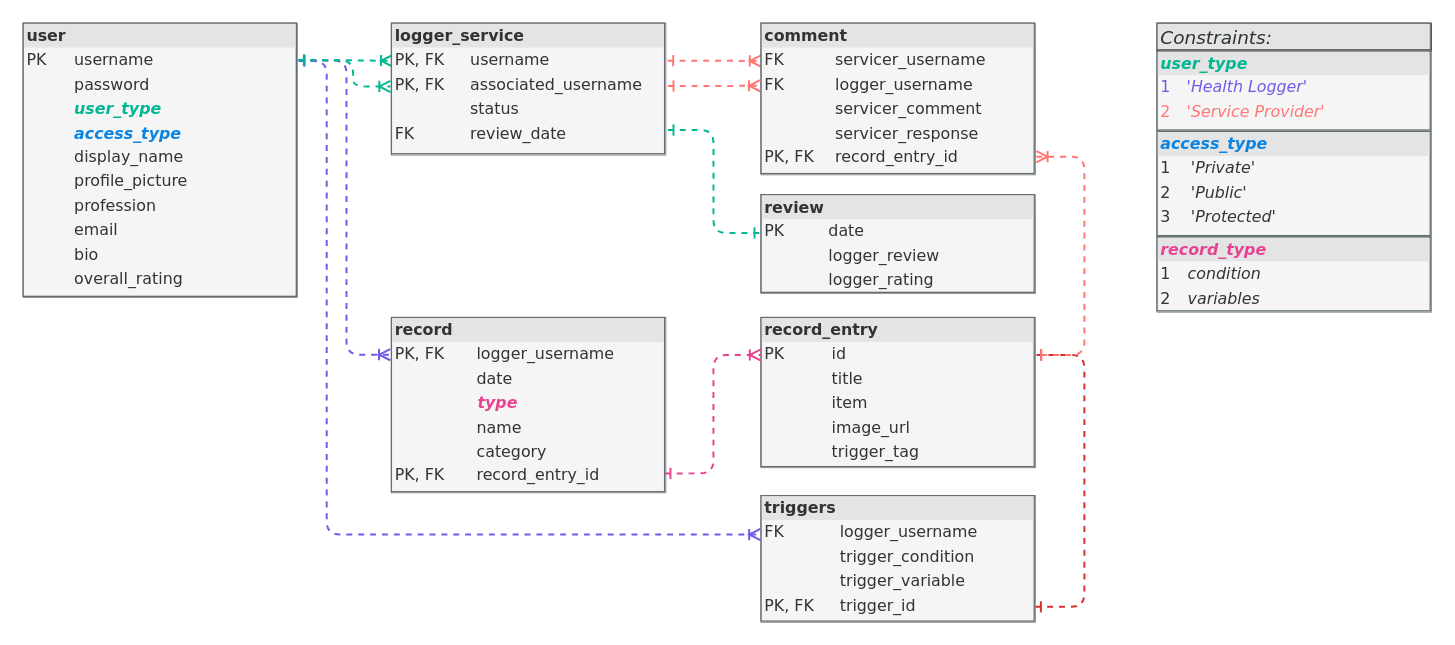
The draw.io diagram diagrams/database/database_tables_relationships.drawio in mervin-njy/trigg-track-v2, before the edit. Source tidied: cells renumbered, new cells numbered last; positions are measured from the earlier drawing's top-left corner, leaving out a move shared by most shapes. Both pictures are drawn from the tidied source at 132%, with x=0, y=0 at pixel (22, 22).
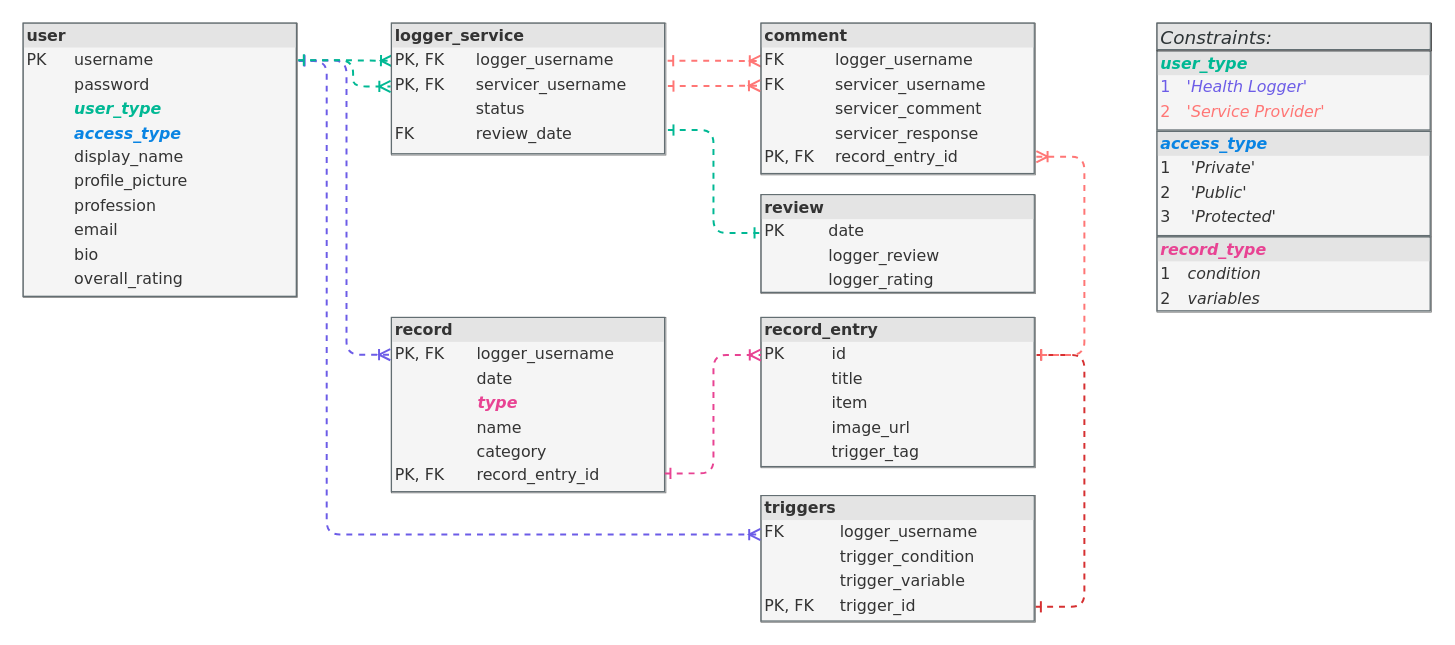
The same diagram, later.

Commit message (it also covers changes not shown here):
seeding comment works

1. renamed keys/col_names for "logger_servicer"
2. diagram: changed col_names for "logger_servicer"

What changed in the source:
```diff
@@
-    <mxCell id="10" value="&lt;div style=&quot;box-sizing: border-box ; width: 100% ; background: #e4e4e4 ; padding: 2px&quot;&gt;&lt;b&gt;logger_service&lt;/b&gt;&lt;/div&gt;&lt;table style=&quot;width: 100% ; font-size: 1em&quot; cellpadding=&quot;2&quot; cellspacing=&quot;0&quot;&gt;&lt;tbody&gt;&lt;tr&gt;&lt;td&gt;PK, FK&lt;/td&gt;&lt;td&gt;&amp;nbsp; &amp;nbsp;username&lt;/td&gt;&lt;/tr&gt;&lt;tr&gt;&lt;td&gt;PK, FK&lt;/td&gt;&lt;td&gt;&amp;nbsp; &amp;nbsp;associated_username&lt;/td&gt;&lt;/tr&gt;&lt;tr&gt;&lt;td&gt;&lt;br&gt;&lt;/td&gt;&lt;td&gt;&amp;nbsp; &amp;nbsp;status&lt;/td&gt;&lt;/tr&gt;&lt;tr&gt;&lt;td&gt;FK&lt;/td&gt;&lt;td&gt;&amp;nbsp; &amp;nbsp;review_date&lt;/td&gt;&lt;/tr&gt;&lt;tr&gt;&lt;td&gt;&lt;br&gt;&lt;/td&gt;&lt;td&gt;&amp;nbsp; &amp;nbsp;&lt;/td&gt;&lt;/tr&gt;&lt;/tbody&gt;&lt;/table&gt;" style="verticalAlign=top;align=left;overflow=fill;html=1;rounded=0;shadow=0;comic=0;labelBackgroundColor=none;strokeWidth=0.5;fontFamily=Verdana;fontSize=12;fillColor=#f5f5f5;strokeColor=#666666;fontColor=#333333;labelBorderColor=#636e72;" parent="1" vertex="1">
+    <mxCell id="10" value="&lt;div style=&quot;box-sizing: border-box ; width: 100% ; background: #e4e4e4 ; padding: 2px&quot;&gt;&lt;b&gt;logger_service&lt;/b&gt;&lt;/div&gt;&lt;table style=&quot;width: 100% ; font-size: 1em&quot; cellpadding=&quot;2&quot; cellspacing=&quot;0&quot;&gt;&lt;tbody&gt;&lt;tr&gt;&lt;td&gt;PK, FK&lt;/td&gt;&lt;td&gt;&amp;nbsp; &amp;nbsp;logger_username&lt;/td&gt;&lt;/tr&gt;&lt;tr&gt;&lt;td&gt;PK, FK&lt;/td&gt;&lt;td&gt;&amp;nbsp; &amp;nbsp;servicer_username&lt;/td&gt;&lt;/tr&gt;&lt;tr&gt;&lt;td&gt;&lt;br&gt;&lt;/td&gt;&lt;td&gt;&amp;nbsp; &amp;nbsp;status&lt;/td&gt;&lt;/tr&gt;&lt;tr&gt;&lt;td&gt;FK&lt;/td&gt;&lt;td&gt;&amp;nbsp; &amp;nbsp;review_date&lt;/td&gt;&lt;/tr&gt;&lt;tr&gt;&lt;td&gt;&lt;br&gt;&lt;/td&gt;&lt;td&gt;&amp;nbsp; &amp;nbsp;&lt;/td&gt;&lt;/tr&gt;&lt;/tbody&gt;&lt;/table&gt;" style="verticalAlign=top;align=left;overflow=fill;html=1;rounded=0;shadow=0;comic=0;labelBackgroundColor=none;strokeWidth=0.5;fontFamily=Verdana;fontSize=12;fillColor=#f5f5f5;strokeColor=#666666;fontColor=#333333;labelBorderColor=#636e72;" parent="1" vertex="1">
       <mxGeometry x="279" width="208" height="100" as="geometry" />
     </mxCell>
@@
-    <mxCell id="13" value="&lt;div style=&quot;box-sizing: border-box ; width: 100% ; background: #e4e4e4 ; padding: 2px&quot;&gt;&lt;b&gt;comment&lt;/b&gt;&lt;/div&gt;&lt;table style=&quot;width: 100% ; font-size: 1em&quot; cellpadding=&quot;2&quot; cellspacing=&quot;0&quot;&gt;&lt;tbody&gt;&lt;tr&gt;&lt;td&gt;FK&lt;/td&gt;&lt;td&gt;servicer_username&lt;/td&gt;&lt;/tr&gt;&lt;tr&gt;&lt;td&gt;FK&lt;/td&gt;&lt;td&gt;logger_username&lt;/td&gt;&lt;/tr&gt;&lt;tr&gt;&lt;td&gt;&lt;br&gt;&lt;/td&gt;&lt;td&gt;servicer_comment&lt;/td&gt;&lt;/tr&gt;&lt;tr&gt;&lt;td&gt;&lt;br&gt;&lt;/td&gt;&lt;td&gt;servicer_response&lt;br&gt;&lt;/td&gt;&lt;/tr&gt;&lt;tr&gt;&lt;td&gt;PK, FK&lt;/td&gt;&lt;td&gt;record_entry_id&lt;/td&gt;&lt;/tr&gt;&lt;/tbody&gt;&lt;/table&gt;" style="verticalAlign=top;align=left;overflow=fill;html=1;rounded=0;shadow=0;comic=0;labelBackgroundColor=none;strokeWidth=0.5;fontFamily=Verdana;fontSize=12;fillColor=#f5f5f5;strokeColor=#666666;fontColor=#333333;labelBorderColor=#636e72;" parent="1" vertex="1">
+    <mxCell id="13" value="&lt;div style=&quot;box-sizing: border-box ; width: 100% ; background: #e4e4e4 ; padding: 2px&quot;&gt;&lt;b&gt;comment&lt;/b&gt;&lt;/div&gt;&lt;table style=&quot;width: 100% ; font-size: 1em&quot; cellpadding=&quot;2&quot; cellspacing=&quot;0&quot;&gt;&lt;tbody&gt;&lt;tr&gt;&lt;td&gt;FK&lt;/td&gt;&lt;td&gt;logger_username&lt;/td&gt;&lt;/tr&gt;&lt;tr&gt;&lt;td&gt;FK&lt;/td&gt;&lt;td&gt;servicer_username&lt;/td&gt;&lt;/tr&gt;&lt;tr&gt;&lt;td&gt;&lt;br&gt;&lt;/td&gt;&lt;td&gt;servicer_comment&lt;/td&gt;&lt;/tr&gt;&lt;tr&gt;&lt;td&gt;&lt;br&gt;&lt;/td&gt;&lt;td&gt;servicer_response&lt;br&gt;&lt;/td&gt;&lt;/tr&gt;&lt;tr&gt;&lt;td&gt;PK, FK&lt;/td&gt;&lt;td&gt;record_entry_id&lt;/td&gt;&lt;/tr&gt;&lt;/tbody&gt;&lt;/table&gt;" style="verticalAlign=top;align=left;overflow=fill;html=1;rounded=0;shadow=0;comic=0;labelBackgroundColor=none;strokeWidth=0.5;fontFamily=Verdana;fontSize=12;fillColor=#f5f5f5;strokeColor=#666666;fontColor=#333333;labelBorderColor=#636e72;" parent="1" vertex="1">
       <mxGeometry x="559" width="208" height="115" as="geometry" />
     </mxCell>
```
